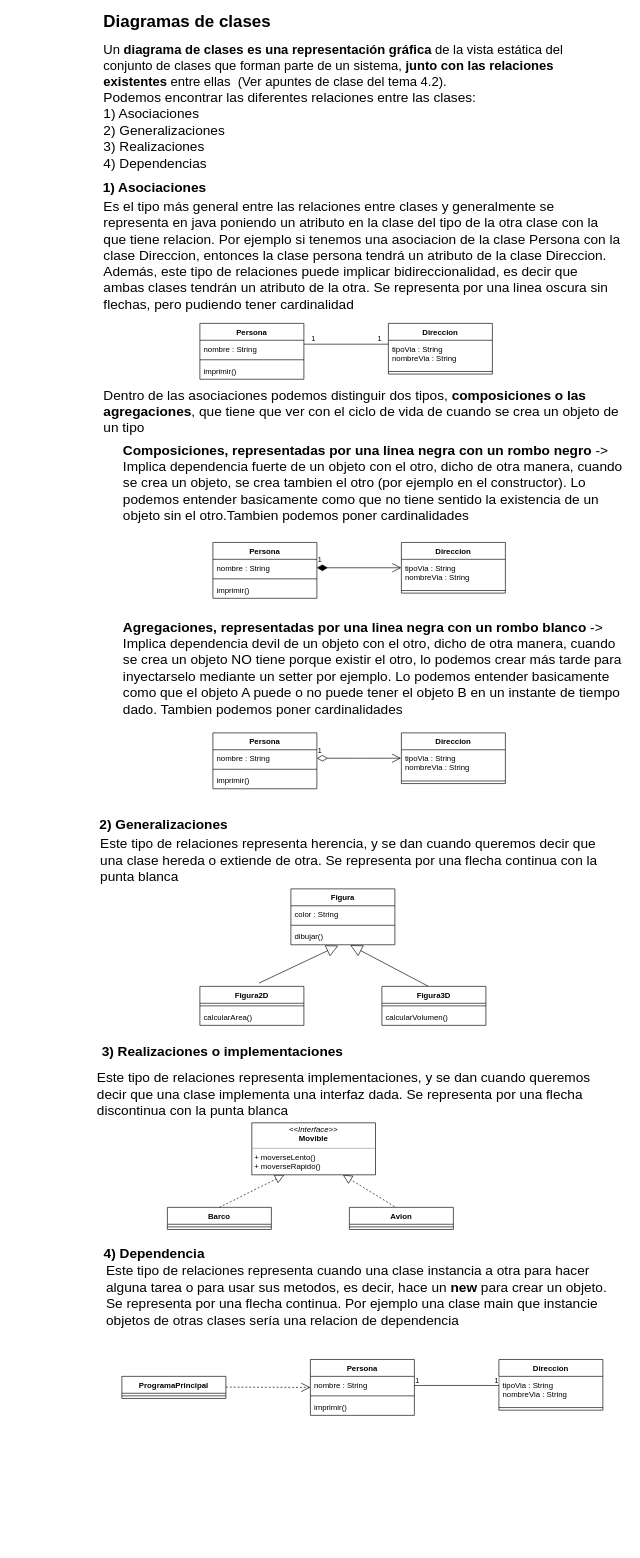
The draw.io diagram 41_UML_DCLASES/draw.io/diagrama_de_clases.drawio in fdepablo/WorkspaceJava, before the edit. Source tidied: cells renumbered, new cells numbered last; positions are measured from the earlier drawing's top-left corner, leaving out a move shared by most shapes. Both pictures are drawn from the tidied source at 65%, with x=0, y=0 at pixel (11, 11).
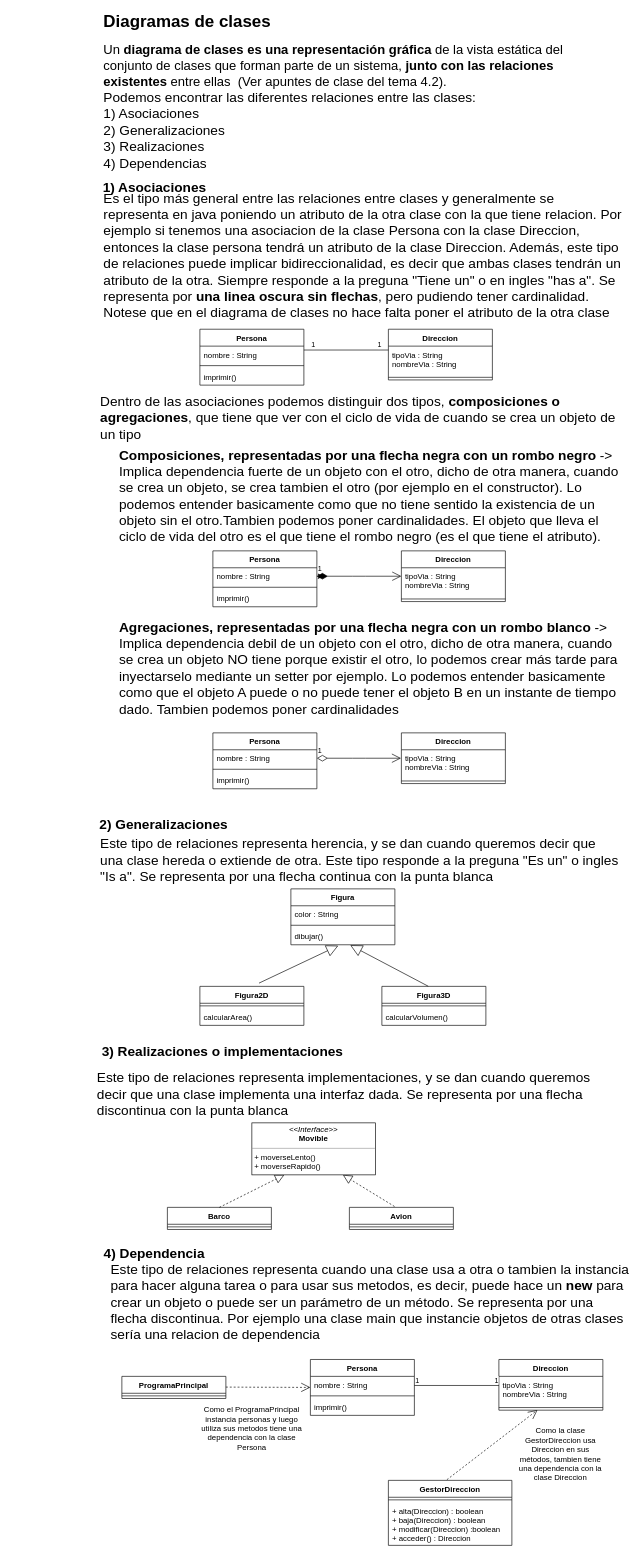
After the change.

Commit message:
Mejoras dibujo de diagrama de clases.drawiio

Unchanged cells that the change refers to:
```xml
<mxCell id="16" value="nombre : String" style="text;strokeColor=none;fillColor=none;align=left;verticalAlign=top;spacingLeft=4;spacingRight=4;overflow=hidden;points=[[0,0.5],[1,0.5]];portConstraint=eastwest;" parent="15" vertex="1">
  <mxGeometry y="26" width="160" height="26" as="geometry" />
</mxCell>
<mxCell id="67" style="line;strokeWidth=1;fillColor=none;align=left;verticalAlign=middle;spacingTop=-1;spacingLeft=3;spacingRight=3;labelPosition=right;points=[];portConstraint=eastwest;" parent="65" vertex="1">
  <mxGeometry y="70" width="160" height="8" as="geometry" />
</mxCell>
```

What changed in the source:
```diff
@@
-    <mxCell id="5" value="&lt;font style=&quot;font-size: 21px&quot;&gt;Es el tipo más general entre las relaciones entre clases y generalmente se representa en java poniendo un atributo en la clase del tipo de la otra clase con la que tiene relacion. Por ejemplo si tenemos una asociacion de la clase Persona con la clase Direccion, entonces la clase persona tendrá un atributo de la clase Direccion. Además, este tipo de relaciones puede implicar bidireccionalidad, es decir que ambas clases tendrán un atributo de la otra. Se representa por una linea oscura sin flechas, pero pudiendo tener cardinalidad&lt;/font&gt;" style="text;html=1;strokeColor=none;fillColor=none;align=left;verticalAlign=middle;whiteSpace=wrap;rounded=0;" parent="1" vertex="1">
+    <mxCell id="5" value="&lt;font style=&quot;font-size: 21px&quot;&gt;Es el tipo más general entre las relaciones entre clases y generalmente se representa en java poniendo un atributo de la otra clase con la que tiene relacion. Por ejemplo si tenemos una asociacion de la clase Persona con la clase Direccion, entonces la clase persona tendrá un atributo de la clase Direccion. Además, este tipo de relaciones puede implicar bidireccionalidad, es decir que ambas clases tendrán un atributo de la otra. Siempre responde a la preguna &quot;Tiene un&quot; o en ingles &quot;has a&quot;. Se representa por &lt;b&gt;una linea oscura sin flechas&lt;/b&gt;, pero pudiendo tener cardinalidad. Notese que en el diagrama de clases no hace falta poner el atributo de la otra clase&lt;/font&gt;" style="text;html=1;strokeColor=none;fillColor=none;align=left;verticalAlign=middle;whiteSpace=wrap;rounded=0;" parent="1" vertex="1">
       <mxGeometry x="140" y="330" width="800" height="90" as="geometry" />
     </mxCell>
-    <mxCell id="6" value="&lt;font style=&quot;font-size: 21px&quot;&gt;&lt;b&gt;Composiciones, representadas por una linea negra con un rombo negro&amp;nbsp;&lt;/b&gt;-&amp;gt; Implica dependencia fuerte de un objeto con el otro, dicho de otra manera, cuando se crea un objeto, se crea tambien el otro (por ejemplo en el constructor). Lo podemos entender basicamente como que no tiene sentido la existencia de un objeto sin el otro.Tambien podemos poner cardinalidades&lt;/font&gt;" style="text;html=1;strokeColor=none;fillColor=none;align=left;verticalAlign=middle;whiteSpace=wrap;rounded=0;" parent="1" vertex="1">
-      <mxGeometry x="170" y="660" width="781" height="130" as="geometry" />
+    <mxCell id="6" value="&lt;font style=&quot;font-size: 21px&quot;&gt;&lt;b&gt;Composiciones, representadas por una flecha negra con un rombo negro&amp;nbsp;&lt;/b&gt;-&amp;gt; Implica dependencia fuerte de un objeto con el otro, dicho de otra manera, cuando se crea un objeto, se crea tambien el otro (por ejemplo en el constructor). Lo podemos entender basicamente como que no tiene sentido la existencia de un objeto sin el otro.Tambien podemos poner cardinalidades. El objeto que lleva el ciclo de vida del otro es el que tiene el rombo negro (es el que tiene el atributo).&lt;/font&gt;" style="text;html=1;strokeColor=none;fillColor=none;align=left;verticalAlign=middle;whiteSpace=wrap;rounded=0;" parent="1" vertex="1">
+      <mxGeometry x="164" y="680" width="781" height="130" as="geometry" />
     </mxCell>
     <mxCell id="7" value="Persona" style="swimlane;fontStyle=1;align=center;verticalAlign=top;horizontal=1;startSize=26;" parent="1" vertex="1">
-      <mxGeometry x="290" y="480" width="160" height="86" as="geometry" />
+      <mxGeometry x="290" y="489" width="160" height="86" as="geometry" />
     </mxCell>
@@
     <mxCell id="11" value="Direccion" style="swimlane;fontStyle=1;align=center;verticalAlign=top;horizontal=1;startSize=26;" parent="1" vertex="1">
-      <mxGeometry x="580" y="480" width="160" height="78" as="geometry" />
+      <mxGeometry x="580" y="489" width="160" height="78" as="geometry" />
     </mxCell>
@@
-    <mxCell id="14" value="&lt;span style=&quot;font-size: 21px&quot;&gt;Dentro de las asociaciones podemos distinguir dos tipos, &lt;b&gt;composiciones o las agregaciones&lt;/b&gt;, que tiene que ver con el ciclo de vida de cuando se crea un objeto de un tipo&lt;/span&gt;" style="text;html=1;strokeColor=none;fillColor=none;align=left;verticalAlign=middle;whiteSpace=wrap;rounded=0;" parent="1" vertex="1">
-      <mxGeometry x="140" y="570" width="800" height="90" as="geometry" />
+    <mxCell id="14" value="&lt;span style=&quot;font-size: 21px&quot;&gt;Dentro de las asociaciones podemos distinguir dos tipos, &lt;b&gt;composiciones o agregaciones&lt;/b&gt;, que tiene que ver con el ciclo de vida de cuando se crea un objeto de un tipo&lt;/span&gt;" style="text;html=1;strokeColor=none;fillColor=none;align=left;verticalAlign=middle;whiteSpace=wrap;rounded=0;" parent="1" vertex="1">
+      <mxGeometry x="135" y="580" width="800" height="90" as="geometry" />
     </mxCell>
     <mxCell id="15" value="Persona" style="swimlane;fontStyle=1;align=center;verticalAlign=top;horizontal=1;startSize=26;" parent="1" vertex="1">
-      <mxGeometry x="310" y="817" width="160" height="86" as="geometry" />
+      <mxGeometry x="310" y="830" width="160" height="86" as="geometry" />
     </mxCell>
@@
     <mxCell id="19" value="Direccion" style="swimlane;fontStyle=1;align=center;verticalAlign=top;horizontal=1;startSize=26;" parent="1" vertex="1">
-      <mxGeometry x="600" y="817" width="160" height="78" as="geometry" />
+      <mxGeometry x="600" y="830" width="160" height="78" as="geometry" />
     </mxCell>
@@
     <mxCell id="22" style="endArrow=none;html=1;edgeStyle=orthogonalEdgeStyle;" parent="1" edge="1">
       <mxGeometry relative="1" as="geometry">
-        <mxPoint x="450" y="512" as="sourcePoint" />
-        <mxPoint x="580" y="512" as="targetPoint" />
+        <mxPoint x="450" y="521" as="sourcePoint" />
+        <mxPoint x="580" y="521" as="targetPoint" />
       </mxGeometry>
     </mxCell>
@@
     <mxCell id="25" value="1" style="endArrow=open;html=1;endSize=12;startArrow=diamondThin;startSize=14;startFill=1;edgeStyle=orthogonalEdgeStyle;align=left;verticalAlign=bottom;exitX=1;exitY=0.5;exitDx=0;exitDy=0;" parent="1" edge="1" source="16">
       <mxGeometry x="-1" y="3" relative="1" as="geometry">
-        <mxPoint x="600" y="856" as="targetPoint" />
+        <mxPoint x="600" y="869" as="targetPoint" />
       </mxGeometry>
     </mxCell>
-    <mxCell id="26" value="&lt;font style=&quot;font-size: 21px&quot;&gt;&lt;b&gt;Agregaciones, representadas por una linea negra con un rombo blanco&amp;nbsp;&lt;/b&gt;-&amp;gt; Implica dependencia devil de un objeto con el otro, dicho de otra manera, cuando se crea un objeto NO tiene porque existir el otro, lo podemos crear más tarde para inyectarselo mediante un setter por ejemplo. Lo podemos entender basicamente como que el objeto A puede o no puede tener el objeto B en un instante de tiempo dado. Tambien podemos poner cardinalidades&lt;/font&gt;" style="text;html=1;strokeColor=none;fillColor=none;align=left;verticalAlign=middle;whiteSpace=wrap;rounded=0;" parent="1" vertex="1">
-      <mxGeometry x="170" y="940" width="781" height="140" as="geometry" />
+    <mxCell id="26" value="&lt;font style=&quot;font-size: 21px&quot;&gt;&lt;b&gt;Agregaciones, representadas por una flecha negra con un rombo blanco&amp;nbsp;&lt;/b&gt;-&amp;gt; Implica dependencia debil de un objeto con el otro, dicho de otra manera, cuando se crea un objeto NO tiene porque existir el otro, lo podemos crear más tarde para inyectarselo mediante un setter por ejemplo. Lo podemos entender basicamente como que el objeto A puede o no puede tener el objeto B en un instante de tiempo dado. Tambien podemos poner cardinalidades&lt;/font&gt;" style="text;html=1;strokeColor=none;fillColor=none;align=left;verticalAlign=middle;whiteSpace=wrap;rounded=0;" parent="1" vertex="1">
+      <mxGeometry x="164" y="940" width="781" height="140" as="geometry" />
     </mxCell>
@@
-    <mxCell id="36" value="&lt;font style=&quot;font-size: 21px&quot;&gt;Este tipo de relaciones representa herencia, y se dan cuando queremos decir que una clase hereda o extiende de otra. Se representa por una flecha continua con la punta blanca&lt;/font&gt;" style="text;html=1;strokeColor=none;fillColor=none;align=left;verticalAlign=middle;whiteSpace=wrap;rounded=0;" parent="1" vertex="1">
+    <mxCell id="36" value="&lt;font style=&quot;font-size: 21px&quot;&gt;Este tipo de relaciones representa herencia, y se dan cuando queremos decir que una clase hereda o extiende de otra. Este tipo responde a la preguna &quot;Es un&quot; o ingles &quot;Is a&quot;. Se representa por una flecha continua con la punta blanca&lt;/font&gt;" style="text;html=1;strokeColor=none;fillColor=none;align=left;verticalAlign=middle;whiteSpace=wrap;rounded=0;" parent="1" vertex="1">
       <mxGeometry x="135" y="1260" width="800" height="90" as="geometry" />
     </mxCell>
@@
-    <mxCell id="58" value="&lt;font style=&quot;font-size: 21px&quot;&gt;Este tipo de relaciones representa cuando una clase instancia a otra para hacer alguna tarea o para usar sus metodos, es decir, hace un &lt;b&gt;new&lt;/b&gt; para crear un objeto. Se representa por una flecha continua. Por ejemplo una clase main que instancie objetos de otras clases sería una relacion de dependencia&lt;/font&gt;" style="text;html=1;strokeColor=none;fillColor=none;align=left;verticalAlign=middle;whiteSpace=wrap;rounded=0;" parent="1" vertex="1">
-      <mxGeometry x="144" y="1930" width="800" height="90" as="geometry" />
+    <mxCell id="58" value="&lt;font style=&quot;font-size: 21px&quot;&gt;Este tipo de relaciones representa cuando una clase usa a otra o tambien la instancia para hacer alguna tarea o para usar sus metodos, es decir, puede hace un &lt;b&gt;new&lt;/b&gt; para crear un objeto o puede ser un parámetro de un método. Se representa por una flecha discontinua. Por ejemplo una clase main que instancie objetos de otras clases sería una relacion de dependencia&lt;/font&gt;" style="text;html=1;strokeColor=none;fillColor=none;align=left;verticalAlign=middle;whiteSpace=wrap;rounded=0;" parent="1" vertex="1">
+      <mxGeometry x="151" y="1940" width="800" height="90" as="geometry" />
     </mxCell>
@@
+    <mxCell id="74" style="edgeStyle=orthogonalEdgeStyle;rounded=0;jettySize=auto;html=1;exitX=1;exitY=0.5;exitDx=0;exitDy=0;" parent="1" edge="1" source="16">
+      <mxGeometry relative="1" as="geometry">
+        <mxPoint x="480" y="869" as="targetPoint" />
+      </mxGeometry>
+    </mxCell>
+    <mxCell id="75" value="GestorDireccion" style="swimlane;fontStyle=1;align=center;verticalAlign=top;horizontal=1;startSize=26;" parent="1" vertex="1">
+      <mxGeometry x="580" y="2260" width="190" height="100" as="geometry" />
+    </mxCell>
+    <mxCell id="76" style="line;strokeWidth=1;fillColor=none;align=left;verticalAlign=middle;spacingTop=-1;spacingLeft=3;spacingRight=3;labelPosition=right;" parent="75" vertex="1">
+      <mxGeometry y="26" width="190" height="8" as="geometry" />
+    </mxCell>
+    <mxCell id="77" value="+ alta(Direccion) : boolean&#10;+ baja(Direccion) : boolean&#10;+ modificar(Direccion) :boolean&#10;+ acceder() : Direccion" style="text;strokeColor=none;fillColor=none;align=left;verticalAlign=top;spacingLeft=4;spacingRight=4;overflow=hidden;" parent="75" vertex="1">
+      <mxGeometry y="34" width="190" height="66" as="geometry" />
+    </mxCell>
+    <mxCell id="78" style="endArrow=open;endSize=12;dashed=1;html=1;entryX=0.371;entryY=0.975;entryDx=0;entryDy=0;entryPerimeter=0;" parent="1" edge="1" target="67">
+      <mxGeometry relative="1" as="geometry">
+        <mxPoint x="670" y="2259" as="sourcePoint" />
+      </mxGeometry>
+    </mxCell>
+    <mxCell id="79" value="Como la clase GestorDireccion usa Direccion en sus métodos, tambien tiene una dependencia con la clase Direccion" style="text;html=1;strokeColor=none;fillColor=none;align=center;verticalAlign=middle;whiteSpace=wrap;rounded=0;" parent="1" vertex="1">
+      <mxGeometry x="780" y="2210" width="130" height="20" as="geometry" />
+    </mxCell>
+    <mxCell id="80" value="Como el ProgramaPrincipal instancia personas y luego utiliza sus metodos tiene una dependencia con la clase Persona" style="text;html=1;strokeColor=none;fillColor=none;align=center;verticalAlign=middle;whiteSpace=wrap;rounded=0;" parent="1" vertex="1">
+      <mxGeometry x="285" y="2170" width="170" height="20" as="geometry" />
+    </mxCell>
```
